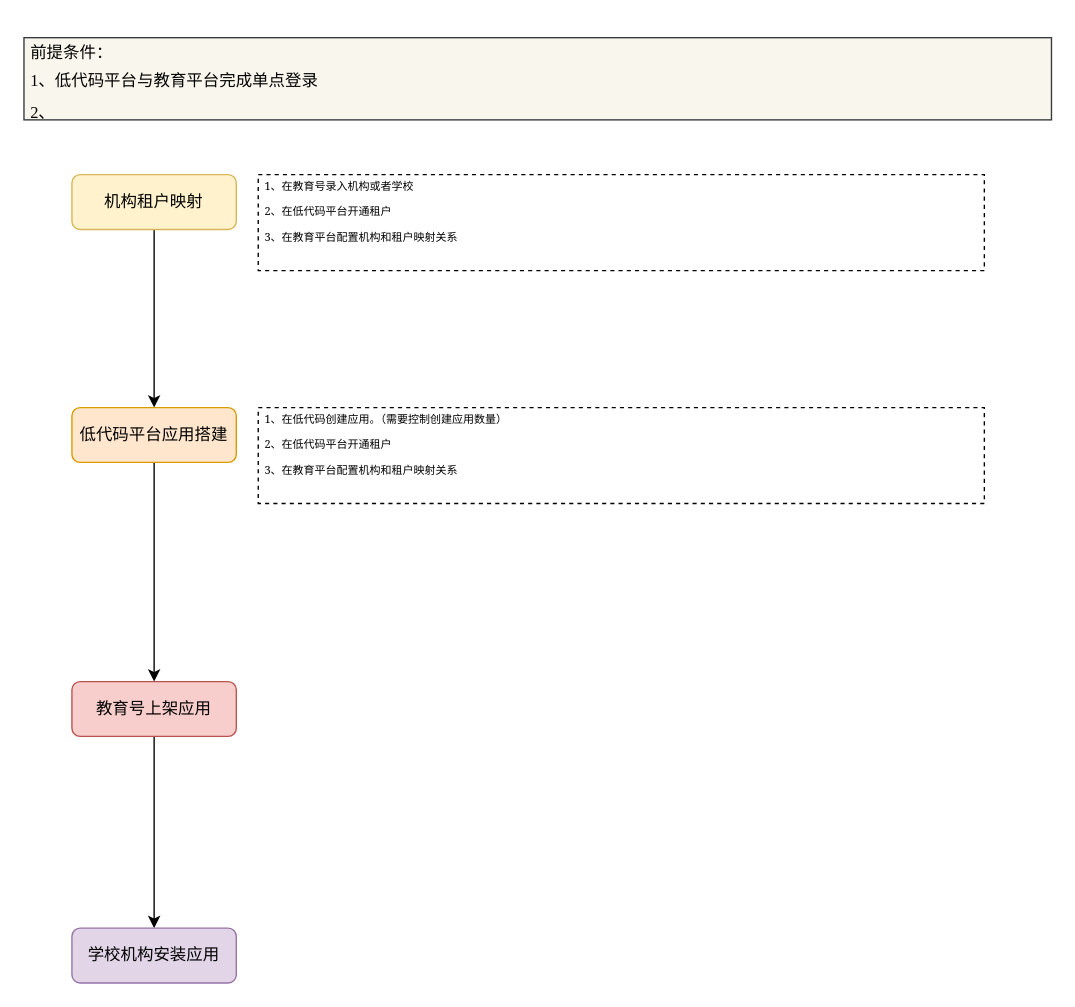
Earlier version of the draw.io diagram 应用自动创建和发布.drawio (liangdengming/diagrams). Source tidied: cells renumbered, new cells numbered last; positions are measured from the earlier drawing's top-left corner, leaving out a move shared by most shapes. Both pictures are drawn from the tidied source at 137%, with x=0, y=0 at pixel (23, 37).
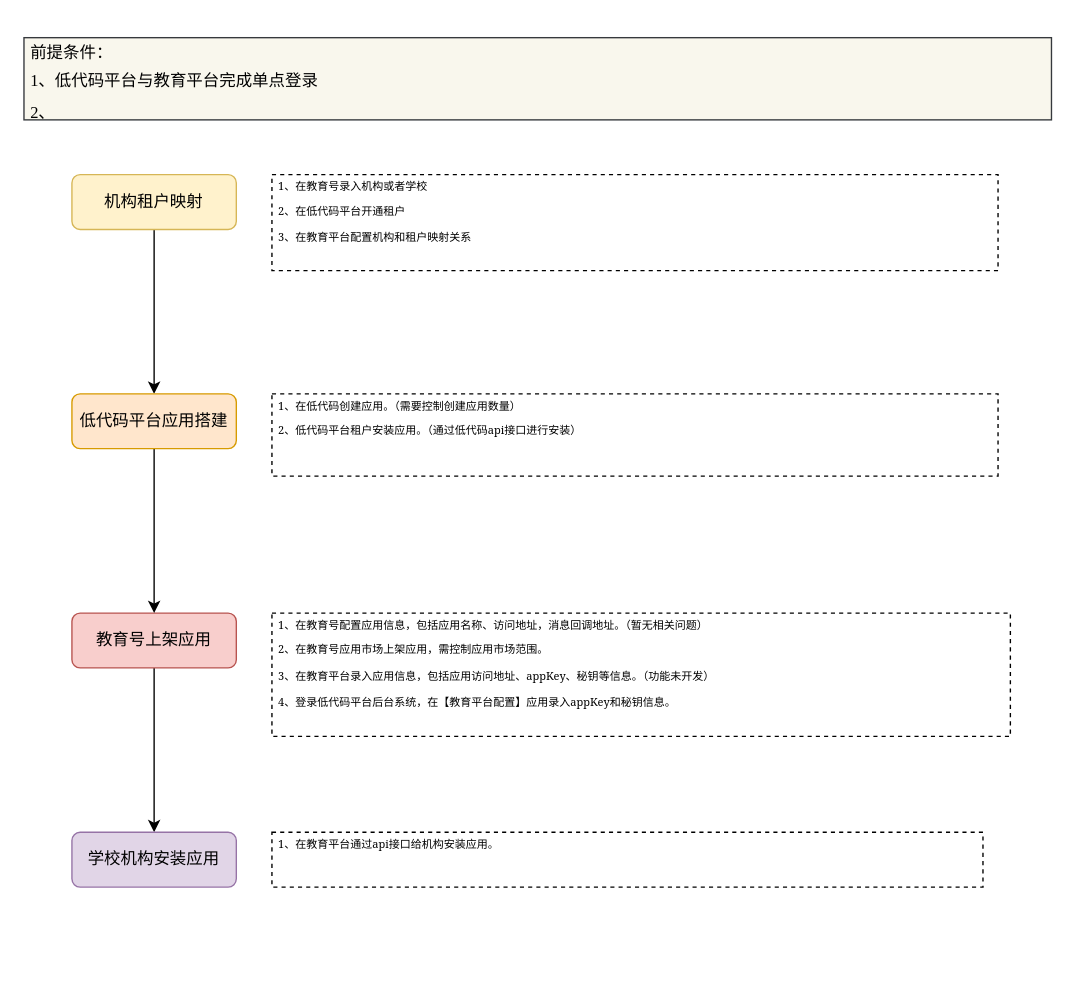
Above is the later version.

Commit message (it also covers changes not shown here):
更新应用自动创建和发布.drawio

Change to the diagram source:
```diff
@@
 <mxGraphModel>
   <root>
     <mxCell id="0" />
     <mxCell id="1" parent="0" />
     <mxCell id="2" style="edgeStyle=orthogonalEdgeStyle;rounded=0;jettySize=auto;html=1;entryX=0.5;entryY=0;entryDx=0;entryDy=0;" parent="1" edge="1" source="3" target="8">
       <mxGeometry relative="1" as="geometry" />
     </mxCell>
     <mxCell id="3" value="机构租户映射" style="rounded=1;whiteSpace=wrap;html=1;fontSize=12;glass=0;strokeWidth=1;shadow=0;fillColor=#fff2cc;strokeColor=#d6b656;" parent="1" vertex="1">
       <mxGeometry x="35" y="100" width="120" height="40" as="geometry" />
     </mxCell>
     <mxCell id="4" style="edgeStyle=orthogonalEdgeStyle;rounded=0;jettySize=auto;html=1;entryX=0.5;entryY=0;entryDx=0;entryDy=0;" parent="1" edge="1" source="5" target="6">
       <mxGeometry relative="1" as="geometry" />
     </mxCell>
     <mxCell id="5" value="教育号上架应用" style="rounded=1;whiteSpace=wrap;html=1;fontSize=12;glass=0;strokeWidth=1;shadow=0;fillColor=#f8cecc;strokeColor=#b85450;" parent="1" vertex="1">
-      <mxGeometry x="35" y="470" width="120" height="40" as="geometry" />
+      <mxGeometry x="35" y="420" width="120" height="40" as="geometry" />
     </mxCell>
     <mxCell id="6" value="学校机构安装应用" style="rounded=1;whiteSpace=wrap;html=1;fontSize=12;glass=0;strokeWidth=1;shadow=0;fillColor=#e1d5e7;strokeColor=#9673a6;" parent="1" vertex="1">
-      <mxGeometry x="35" y="650" width="120" height="40" as="geometry" />
+      <mxGeometry x="35" y="580" width="120" height="40" as="geometry" />
     </mxCell>
     <mxCell id="7" style="edgeStyle=orthogonalEdgeStyle;rounded=0;jettySize=auto;html=1;" parent="1" edge="1" source="8" target="5">
       <mxGeometry relative="1" as="geometry" />
     </mxCell>
     <mxCell id="8" value="低代码平台应用搭建" style="rounded=1;whiteSpace=wrap;html=1;fontSize=12;glass=0;strokeWidth=1;shadow=0;fillColor=#ffe6cc;strokeColor=#d79b00;" parent="1" vertex="1">
-      <mxGeometry x="35" y="270" width="120" height="40" as="geometry" />
+      <mxGeometry x="35" y="260" width="120" height="40" as="geometry" />
     </mxCell>
     <mxCell id="9" value="&lt;h1 style=&quot;line-height: 0%;&quot;&gt;&lt;span style=&quot;font-weight: normal; font-size: 12px;&quot;&gt;&lt;font face=&quot;Times New Roman&quot; style=&quot;font-size: 12px;&quot;&gt;前提条件：&lt;/font&gt;&lt;/span&gt;&lt;/h1&gt;&lt;h1 style=&quot;line-height: 0%;&quot;&gt;&lt;span style=&quot;font-weight: normal; font-size: 12px;&quot;&gt;&lt;font face=&quot;Times New Roman&quot; style=&quot;font-size: 12px;&quot;&gt;1、低代码平台与教育平台完成单点登录&lt;/font&gt;&lt;/span&gt;&lt;/h1&gt;&lt;div&gt;&lt;span style=&quot;font-weight: normal;&quot;&gt;&lt;font face=&quot;Times New Roman&quot; style=&quot;font-size: 12px;&quot;&gt;2、&lt;/font&gt;&lt;/span&gt;&lt;/div&gt;" style="text;html=1;spacing=5;spacingTop=-20;whiteSpace=wrap;overflow=hidden;rounded=0;fontFamily=Georgia;verticalAlign=top;fillColor=#f9f7ed;strokeColor=#36393d;" parent="1" vertex="1">
       <mxGeometry width="750" height="60" as="geometry" />
     </mxCell>
     <mxCell id="10" value="&lt;h6 style=&quot;line-height: 0%;&quot;&gt;&lt;span style=&quot;font-weight: normal;&quot;&gt;1、在教育号录入机构或者学校&lt;/span&gt;&lt;/h6&gt;&lt;h6 style=&quot;line-height: 0%;&quot;&gt;&lt;span style=&quot;font-weight: normal;&quot;&gt;2、在低代码平台开通租户&lt;/span&gt;&lt;/h6&gt;&lt;h6 style=&quot;line-height: 0%;&quot;&gt;&lt;span style=&quot;font-weight: normal;&quot;&gt;3、在教育平台配置机构和租户映射关系&lt;/span&gt;&lt;/h6&gt;" style="text;html=1;spacing=5;spacingTop=-20;whiteSpace=wrap;overflow=hidden;rounded=0;fontFamily=Georgia;verticalAlign=top;strokeColor=default;dashed=1;" parent="1" vertex="1">
-      <mxGeometry x="171" y="100" width="530" height="70" as="geometry" />
+      <mxGeometry x="181" y="100" width="530" height="70" as="geometry" />
     </mxCell>
-    <mxCell id="11" value="&lt;h6 style=&quot;line-height: 0%;&quot;&gt;&lt;span style=&quot;font-weight: normal;&quot;&gt;1、在低代码创建应用。（需要控制创建应用数量）&lt;/span&gt;&lt;/h6&gt;&lt;h6 style=&quot;line-height: 0%;&quot;&gt;&lt;span style=&quot;font-weight: normal;&quot;&gt;2、在低代码平台开通租户&lt;/span&gt;&lt;/h6&gt;&lt;h6 style=&quot;line-height: 0%;&quot;&gt;&lt;span style=&quot;font-weight: normal;&quot;&gt;3、在教育平台配置机构和租户映射关系&lt;/span&gt;&lt;/h6&gt;" style="text;html=1;spacing=5;spacingTop=-20;whiteSpace=wrap;overflow=hidden;rounded=0;fontFamily=Georgia;verticalAlign=top;strokeColor=default;dashed=1;" parent="1" vertex="1">
-      <mxGeometry x="171" y="270" width="530" height="70" as="geometry" />
+    <mxCell id="11" value="&lt;h6 style=&quot;line-height: 0%;&quot;&gt;&lt;span style=&quot;font-weight: normal;&quot;&gt;1、在低代码创建应用。（需要控制创建应用数量）&lt;/span&gt;&lt;/h6&gt;&lt;h6 style=&quot;line-height: 0%;&quot;&gt;&lt;span style=&quot;font-weight: normal;&quot;&gt;2、低代码平台租户安装应用。（通过低代码api接口进行安装）&lt;/span&gt;&lt;/h6&gt;&lt;h6 style=&quot;line-height: 0%;&quot;&gt;&lt;br&gt;&lt;/h6&gt;" style="text;html=1;spacing=5;spacingTop=-20;whiteSpace=wrap;overflow=hidden;rounded=0;fontFamily=Georgia;verticalAlign=top;strokeColor=default;dashed=1;" parent="1" vertex="1">
+      <mxGeometry x="181" y="260" width="530" height="60" as="geometry" />
     </mxCell>
+    <mxCell id="12" value="&lt;h6 style=&quot;line-height: 0%;&quot;&gt;&lt;span style=&quot;font-weight: normal;&quot;&gt;1、在教育号配置应用信息，包括应用名称、访问地址，消息回调地址。（暂无相关问题）&lt;br&gt;&lt;/span&gt;&lt;/h6&gt;&lt;h6 style=&quot;line-height: 0%;&quot;&gt;&lt;span style=&quot;font-weight: normal;&quot;&gt;2、在教育号应用市场上架应用，需控制应用市场范围。&lt;/span&gt;&lt;/h6&gt;&lt;h6 style=&quot;line-height: 0%;&quot;&gt;&lt;span style=&quot;font-weight: normal;&quot;&gt;3、在教育平台录入应用信息，包括应用访问地址、appKey、秘钥等信息。（功能未开发）&lt;/span&gt;&lt;/h6&gt;&lt;h6 style=&quot;line-height: 0%;&quot;&gt;&lt;span style=&quot;font-weight: 400;&quot;&gt;4、登录低代码平台后台系统，在【教育平台配置】应用录入appKey和秘钥信息。&lt;/span&gt;&lt;/h6&gt;" style="text;html=1;spacing=5;spacingTop=-20;whiteSpace=wrap;overflow=hidden;rounded=0;fontFamily=Georgia;verticalAlign=top;strokeColor=default;dashed=1;" parent="1" vertex="1">
+      <mxGeometry x="181" y="420" width="539" height="90" as="geometry" />
+    </mxCell>
+    <mxCell id="13" value="&lt;h6 style=&quot;line-height: 0%;&quot;&gt;&lt;span style=&quot;font-weight: 400;&quot;&gt;1、在教育平台通过api接口给机构安装应用。&lt;/span&gt;&lt;/h6&gt;" style="text;html=1;spacing=5;spacingTop=-20;whiteSpace=wrap;overflow=hidden;rounded=0;fontFamily=Georgia;verticalAlign=top;strokeColor=default;dashed=1;" parent="1" vertex="1">
+      <mxGeometry x="181" y="580" width="519" height="40" as="geometry" />
+    </mxCell>
   </root>
 </mxGraphModel>
```
